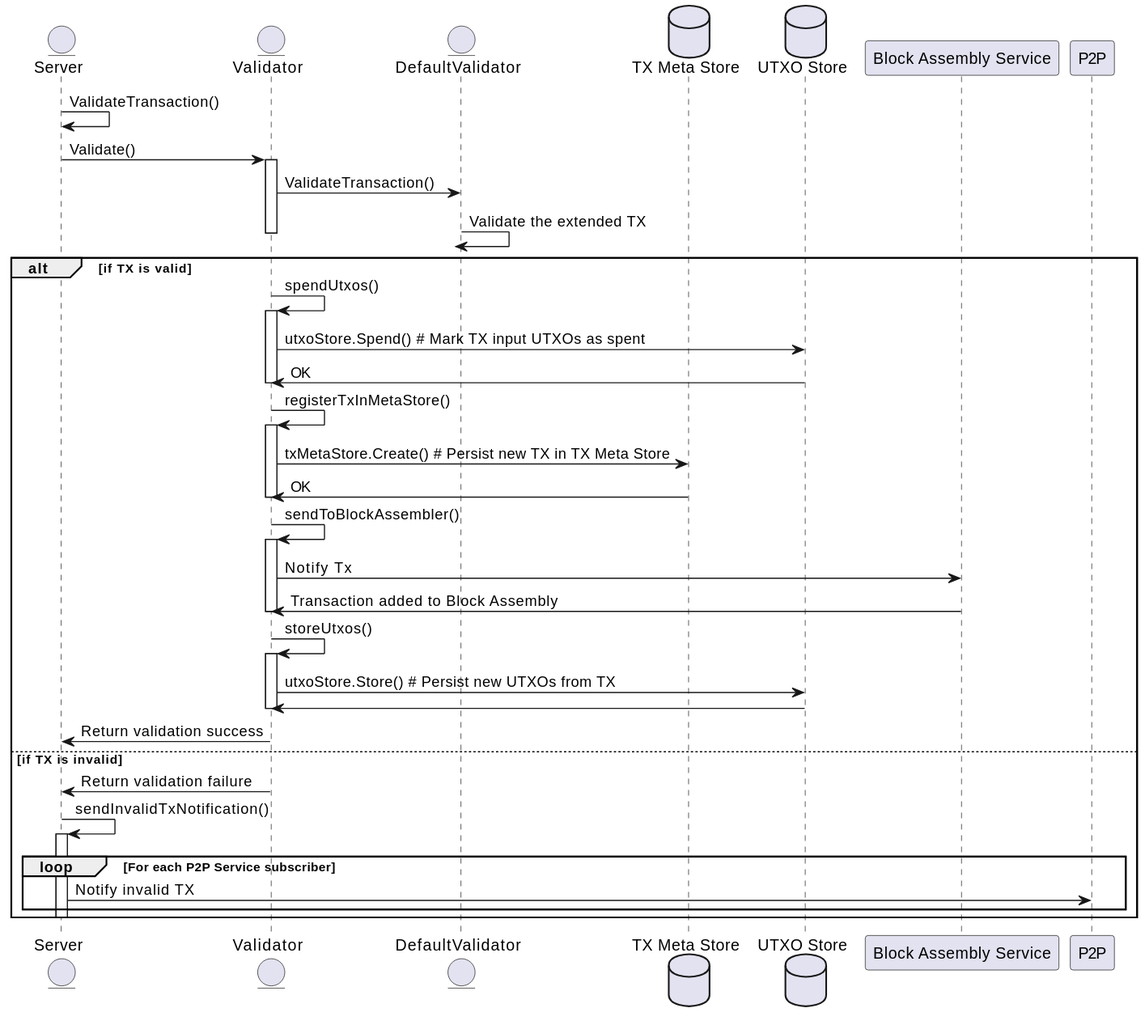
Earlier version of the PlantUML export docs/services/img/plantuml/validator/tx_validation_post_process.svg (freemans13/teranode). Its source is kept beside it as docs/services/img/plantuml/validator/tx_validation_post_process.puml. Its diagram source:
```plantuml
@startuml
entity "Server" as Server
entity "Validator" as Validator
entity "DefaultValidator" as DefaultValidator
database "TX Meta Store" as TXMetaStore
database "UTXO Store" as UTXOStore
participant "Block Assembly Service" as BlockAssembly
participant P2P

Server -> Server: ValidateTransaction()
Server -> Validator: Validate()
activate Validator
Validator -> DefaultValidator: ValidateTransaction()

DefaultValidator -> DefaultValidator: Validate the extended TX

deactivate Validator

alt if TX is valid
    Validator -> Validator: spendUtxos()
    activate Validator
    Validator -> UTXOStore: utxoStore.Spend() # Mark TX input UTXOs as spent

    UTXOStore -> Validator: OK
    deactivate Validator

    Validator -> Validator: registerTxInMetaStore()
    activate Validator
    Validator -> TXMetaStore: txMetaStore.Create() # Persist new TX in TX Meta Store
    TXMetaStore -> Validator: OK

    deactivate Validator

    Validator -> Validator: sendToBlockAssembler()
    activate Validator
    Validator -> BlockAssembly: Notify Tx

    BlockAssembly -> Validator: Transaction added to Block Assembly
    deactivate Validator

    Validator -> Validator: storeUtxos()
    activate Validator

    Validator -> UTXOStore: utxoStore.Store() # Persist new UTXOs from TX
    UTXOStore -> Validator

    deactivate Validator

    Validator -> Server: Return validation success


else if TX is invalid
    Validator -> Server: Return validation failure

    Server -> Server: sendInvalidTxNotification()
    activate Server
    loop For each P2P Service subscriber
        Server -> P2P: Notify invalid TX
    end
    deactivate Server
end
@enduml
```
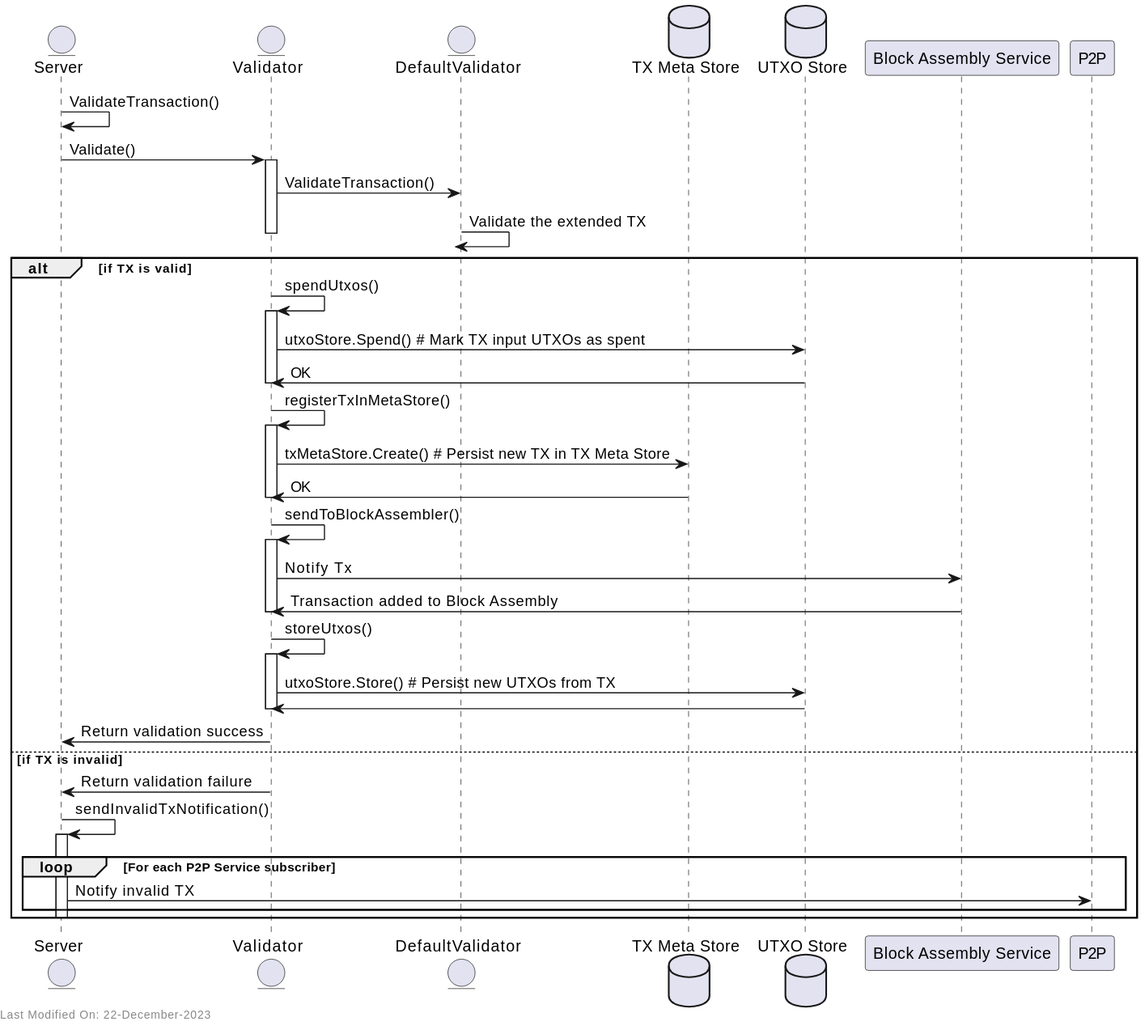
The same file after the commit.

The edit, as a diff of the source:
```diff
@@ -59,4 +59,7 @@
     end
     deactivate Server
 end
+
+left footer Last Modified On: 22-December-2023
+
 @enduml
```
